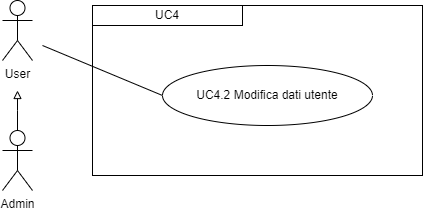
Above: imgs/Uml/UC4.2.png in ShameIRL/farmacode (draw.io), before the change. Source tidied: cells renumbered, new cells last; positions are measured from the earlier drawing's top-left corner, leaving out a move shared by most shapes.
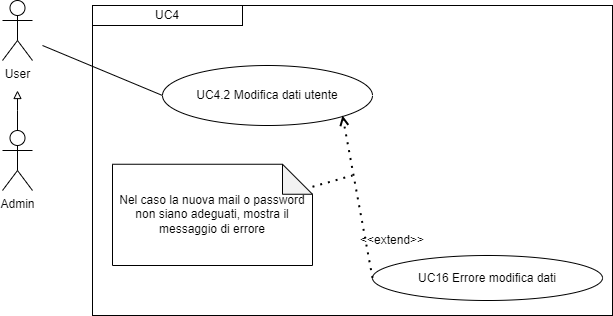
Above is the later version.

Change to the diagram source:
```diff
@@ -18,7 +18,7 @@
       <mxGeometry width="30" height="60" as="geometry" />
     </mxCell>
     <mxCell id="5" style="rounded=0;whiteSpace=wrap;html=1;fillColor=none;" parent="1" vertex="1">
-      <mxGeometry x="90" y="5" width="330" height="170" as="geometry" />
+      <mxGeometry x="90" y="5" width="520" height="310" as="geometry" />
     </mxCell>
     <mxCell id="6" value="&lt;div style=&quot;&quot;&gt;UC4&lt;/div&gt;" style="rounded=0;whiteSpace=wrap;html=1;fillColor=none;align=center;" parent="1" vertex="1">
       <mxGeometry x="90" y="5" width="150" height="20" as="geometry" />
@@ -31,5 +31,24 @@
         <mxPoint x="40" y="45" as="sourcePoint" />
       </mxGeometry>
     </mxCell>
+    <mxCell id="9" value="UC16 Errore modifica dati" style="ellipse;whiteSpace=wrap;html=1;" parent="1" vertex="1">
+      <mxGeometry x="370" y="255" width="230" height="45" as="geometry" />
+    </mxCell>
+    <mxCell id="10" style="endArrow=open;dashed=1;html=1;dashPattern=1 3;strokeWidth=2;rounded=0;entryX=1;entryY=0.5;entryDx=0;entryDy=0;exitX=0;exitY=0.5;exitDx=0;exitDy=0;" parent="1" edge="1" source="9">
+      <mxGeometry relative="1" as="geometry">
+        <mxPoint x="340" y="115" as="targetPoint" />
+      </mxGeometry>
+    </mxCell>
+    <mxCell id="11" value="&amp;lt;&amp;lt;extend&amp;gt;&amp;gt;" style="text;html=1;strokeColor=none;fillColor=none;align=center;verticalAlign=middle;whiteSpace=wrap;rounded=0;" parent="1" vertex="1">
+      <mxGeometry x="360" y="225" width="60" height="30" as="geometry" />
+    </mxCell>
+    <mxCell id="12" style="endArrow=none;dashed=1;html=1;dashPattern=1 3;strokeWidth=2;rounded=0;" parent="1" edge="1" source="13">
+      <mxGeometry relative="1" as="geometry">
+        <mxPoint x="350" y="175" as="targetPoint" />
+      </mxGeometry>
+    </mxCell>
+    <mxCell id="13" value="Nel caso la nuova mail o password non siano adeguati, mostra il messaggio di errore" style="shape=note;whiteSpace=wrap;html=1;backgroundOutline=1;darkOpacity=0.05;" parent="1" vertex="1">
+      <mxGeometry x="110" y="163.8" width="200" height="101.2" as="geometry" />
+    </mxCell>
   </root>
 </mxGraphModel>
```
